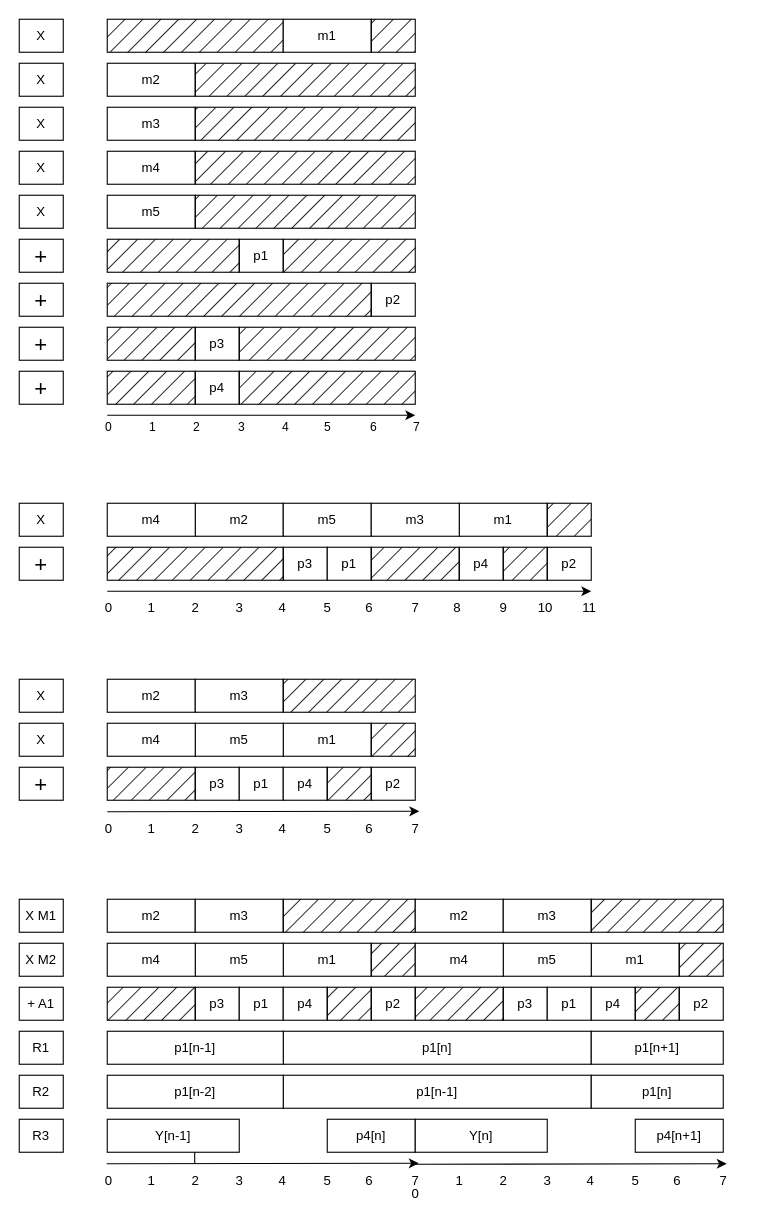
This is page "Scheduling" (2 of 4) of Assignement1/IDSP DrawIO.drawio from martinreinok/IDSP191210950, a draw.io file, before an edit. Source tidied: cells renumbered, new cells numbered last; positions are measured from the earlier drawing's top-left corner, leaving out a move shared by most shapes. Both pictures are drawn from the tidied source at 110%, with x=0, y=0 at pixel (19, 19).
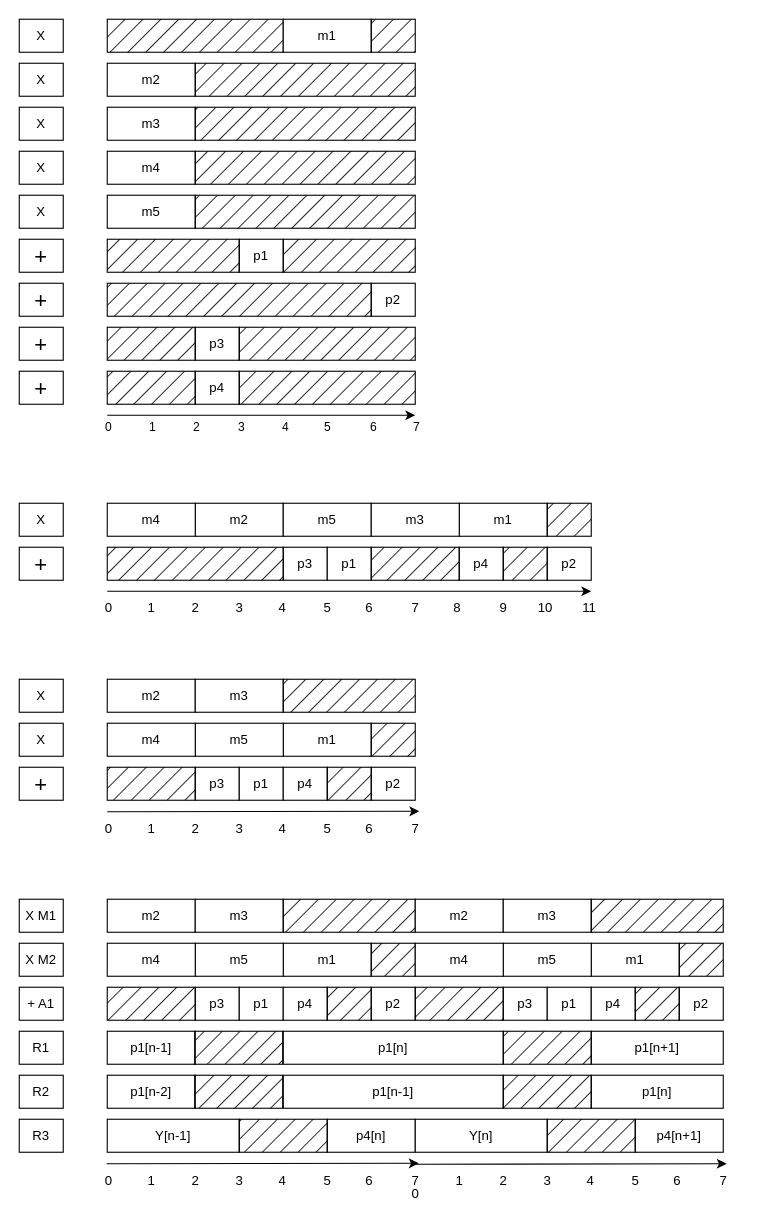
The same page after the edit.

The change refers to these unchanged cells:
```xml
<mxCell id="112" value="2" style="text;html=1;align=center;verticalAlign=middle;points=[];strokeColor=none;fillColor=none;" parent="1" vertex="1">
  <mxGeometry x="144.5" y="1040.5" width="30" height="30" as="geometry" />
</mxCell>
<mxCell id="154" value="Y[n-1]" style="rounded=0;whiteSpace=wrap;html=1;" parent="1" vertex="1">
  <mxGeometry x="80" y="1000" width="120" height="30" as="geometry" />
</mxCell>
```

Diff of the diagram source:
```diff
@@
-    <mxCell id="111" style="edgeStyle=orthogonalEdgeStyle;rounded=0;jettySize=auto;html=1;fontSize=12;" parent="1" edge="1" source="112" target="154">
-      <mxGeometry relative="1" as="geometry" />
-    </mxCell>
@@
     <mxCell id="120" value="p1[n]" style="rounded=0;whiteSpace=wrap;html=1;" parent="1" vertex="1">
-      <mxGeometry x="240" y="920" width="280" height="30" as="geometry" />
+      <mxGeometry x="240" y="920" width="200" height="30" as="geometry" />
     </mxCell>
@@
     <mxCell id="134" value="p1[n-1]" style="rounded=0;whiteSpace=wrap;html=1;" parent="1" vertex="1">
-      <mxGeometry x="80" y="920" width="160" height="30" as="geometry" />
+      <mxGeometry x="80" y="920" width="80" height="30" as="geometry" />
     </mxCell>
@@
     <mxCell id="139" value="p1[n-1]" style="rounded=0;whiteSpace=wrap;html=1;" parent="1" vertex="1">
-      <mxGeometry x="240" y="960" width="280" height="30" as="geometry" />
+      <mxGeometry x="240" y="960" width="200" height="30" as="geometry" />
     </mxCell>
@@
     <mxCell id="141" value="p1[n-2]" style="rounded=0;whiteSpace=wrap;html=1;" parent="1" vertex="1">
-      <mxGeometry x="80" y="960" width="160" height="30" as="geometry" />
+      <mxGeometry x="80" y="960" width="80" height="30" as="geometry" />
     </mxCell>
@@
+    <mxCell id="156" style="rounded=0;whiteSpace=wrap;html=1;fillColor=#000000;fillStyle=hatch;" parent="1" vertex="1">
+      <mxGeometry x="200" y="1000" width="80" height="30" as="geometry" />
+    </mxCell>
+    <mxCell id="157" style="rounded=0;whiteSpace=wrap;html=1;fillColor=#000000;fillStyle=hatch;" parent="1" vertex="1">
+      <mxGeometry x="480" y="1000" width="80" height="30" as="geometry" />
+    </mxCell>
+    <mxCell id="158" style="rounded=0;whiteSpace=wrap;html=1;fillColor=#000000;fillStyle=hatch;" parent="1" vertex="1">
+      <mxGeometry x="440" y="920" width="80" height="30" as="geometry" />
+    </mxCell>
+    <mxCell id="159" style="rounded=0;whiteSpace=wrap;html=1;fillColor=#000000;fillStyle=hatch;" parent="1" vertex="1">
+      <mxGeometry x="440" y="960" width="80" height="30" as="geometry" />
+    </mxCell>
+    <mxCell id="160" style="rounded=0;whiteSpace=wrap;html=1;fillColor=#000000;fillStyle=hatch;" parent="1" vertex="1">
+      <mxGeometry x="159.5" y="920" width="80" height="30" as="geometry" />
+    </mxCell>
+    <mxCell id="161" style="rounded=0;whiteSpace=wrap;html=1;fillColor=#000000;fillStyle=hatch;" parent="1" vertex="1">
+      <mxGeometry x="159.5" y="960" width="80" height="30" as="geometry" />
+    </mxCell>
```
